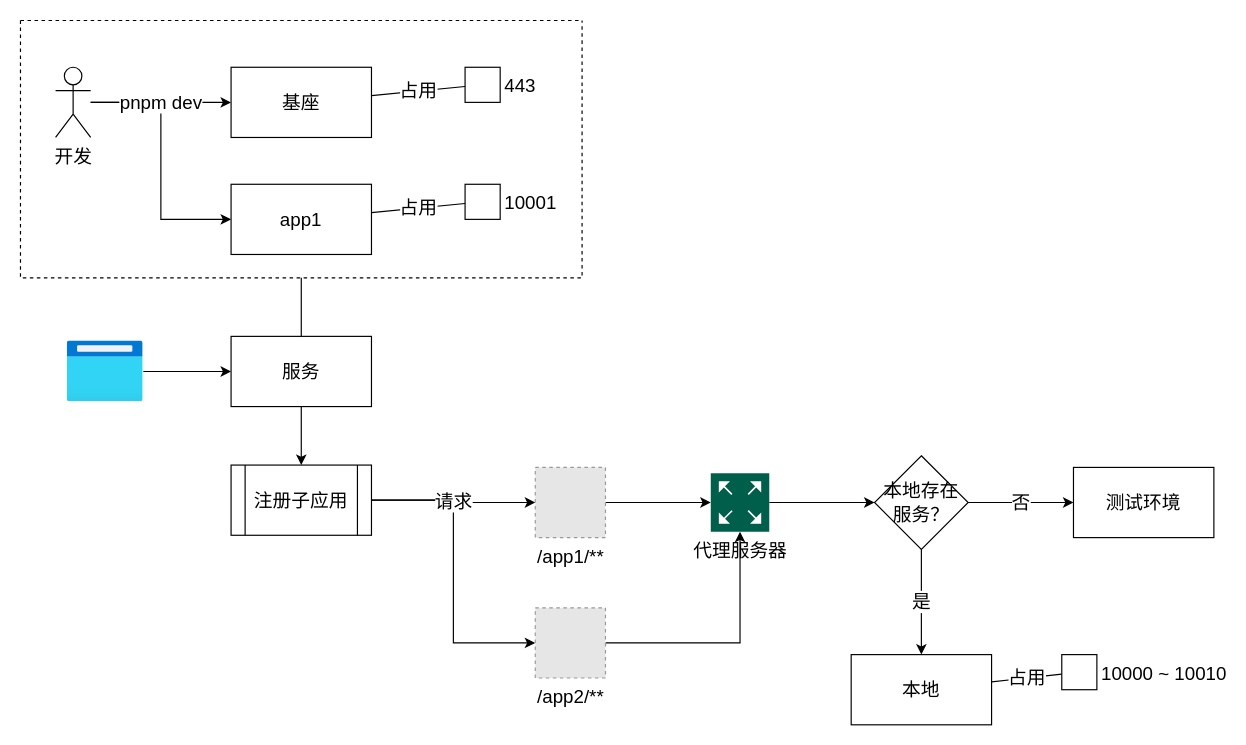
Earlier version of the draw.io diagram page "dev" (2 of 2) of microFrontend/bootstrapApp.drawio (zhuoooo/doodles). Source tidied: cells renumbered, new cells numbered last; positions are measured from the earlier drawing's top-left corner, leaving out a move shared by most shapes. Both pictures are drawn from the tidied source at 117%, with x=0, y=0 at pixel (20, 20). Pictures stored in the file or linked from it are replaced by grey dashed boxes.
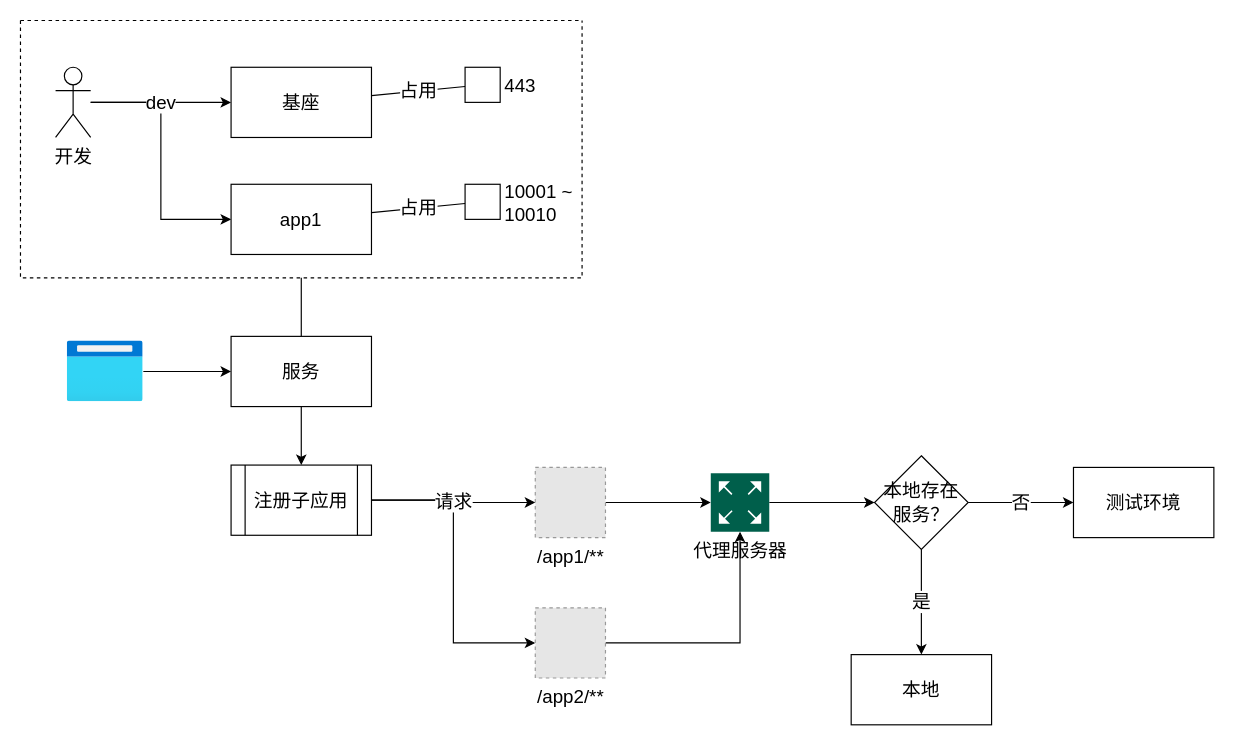
The same page after the edit.

Commit message:
update: 更新微服务启动

The change refers to these unchanged cells:
```xml
<mxCell id="15" value="本地" style="whiteSpace=wrap;html=1;fontSize=16;fontFamily=微软雅黑;" parent="1" vertex="1">
  <mxGeometry x="710" y="542" width="120" height="60" as="geometry" />
</mxCell>
<mxCell id="22" style="swimlane;startSize=0;dashed=1;" parent="1" vertex="1">
  <mxGeometry width="480" height="220" as="geometry" />
</mxCell>
<mxCell id="23" value="开发" style="shape=umlActor;verticalLabelPosition=bottom;verticalAlign=top;html=1;outlineConnect=0;fontSize=16;fontFamily=微软雅黑;" parent="22" vertex="1">
  <mxGeometry x="30" y="40" width="30" height="60" as="geometry" />
</mxCell>
<mxCell id="24" value="基座" style="whiteSpace=wrap;html=1;verticalAlign=middle;fontSize=16;fontFamily=微软雅黑;" parent="22" vertex="1">
  <mxGeometry x="180" y="40" width="120" height="60" as="geometry" />
</mxCell>
```

The edit, as a diff of the source:
```diff
@@
-    <mxCell id="14" value="占用" style="rounded=0;jettySize=auto;html=1;endArrow=none;endFill=0;fontSize=16;fontFamily=微软雅黑;" parent="1" edge="1" source="15" target="17">
-      <mxGeometry relative="1" as="geometry" />
-    </mxCell>
@@
-    <mxCell id="17" value="10000 ~ 10010" style="fontStyle=0;labelPosition=right;verticalLabelPosition=middle;align=left;verticalAlign=middle;spacingLeft=2;fontSize=16;fontFamily=微软雅黑;" parent="1" vertex="1">
-      <mxGeometry x="890" y="542" width="30" height="30" as="geometry" />
-    </mxCell>
@@
-    <mxCell id="29" value="10001" style="fontStyle=0;labelPosition=right;verticalLabelPosition=middle;align=left;verticalAlign=middle;spacingLeft=2;fontSize=16;fontFamily=微软雅黑;" parent="22" vertex="1">
+    <mxCell id="29" value="10001 ~ &#10;10010" style="fontStyle=0;labelPosition=right;verticalLabelPosition=middle;align=left;verticalAlign=middle;spacingLeft=2;fontSize=16;fontFamily=微软雅黑;" parent="22" vertex="1">
       <mxGeometry x="380" y="140" width="30" height="30" as="geometry" />
     </mxCell>
@@
-    <mxCell id="31" value="pnpm dev" style="edgeStyle=orthogonalEdgeStyle;rounded=0;jettySize=auto;html=1;fontSize=16;fontFamily=微软雅黑;" parent="22" edge="1" source="23" target="24">
+    <mxCell id="31" value="dev" style="edgeStyle=orthogonalEdgeStyle;rounded=0;jettySize=auto;html=1;fontSize=16;fontFamily=微软雅黑;" parent="22" edge="1" source="23" target="24">
       <mxGeometry relative="1" as="geometry" />
     </mxCell>
```
